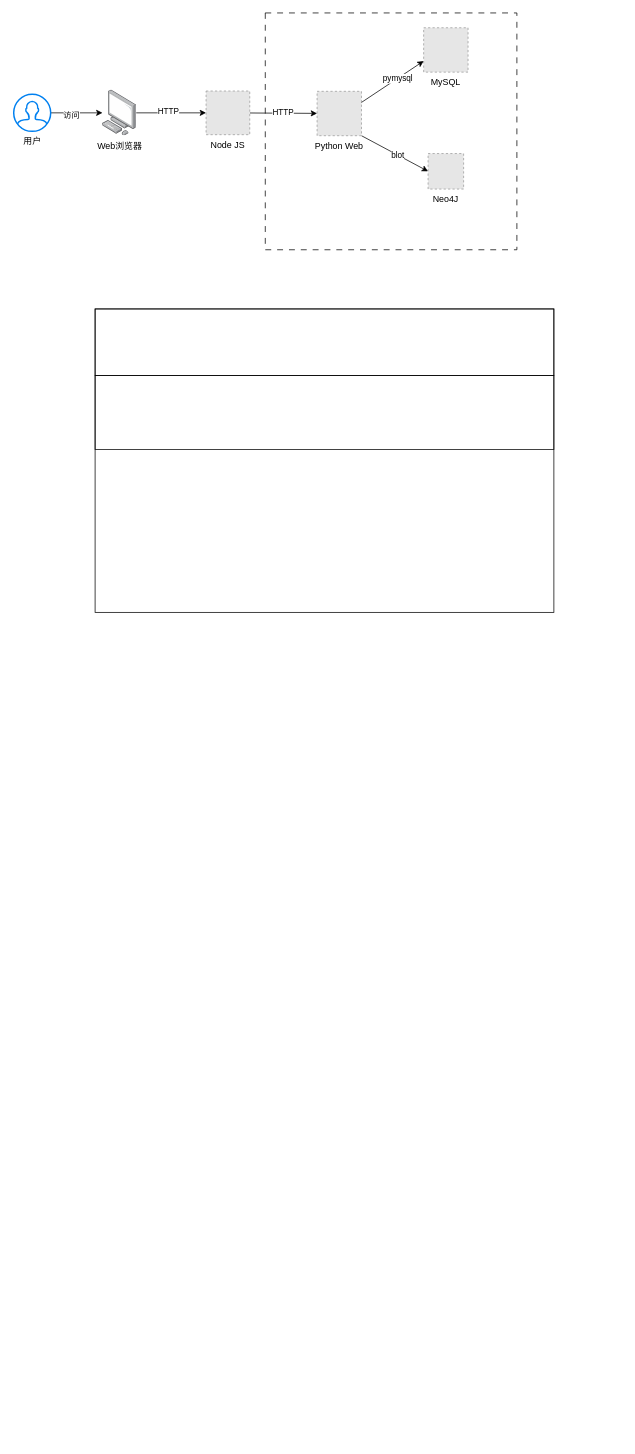
Earlier version of the draw.io diagram 拓扑图架构图.drawio (redcomet88/DRAW). Source tidied: cells renumbered, new cells numbered last; positions are measured from the earlier drawing's top-left corner, leaving out a move shared by most shapes. Both pictures are drawn from the tidied source at 74%, with x=0, y=0 at pixel (13, 13). Pictures stored in the file or linked from it are replaced by grey dashed boxes.
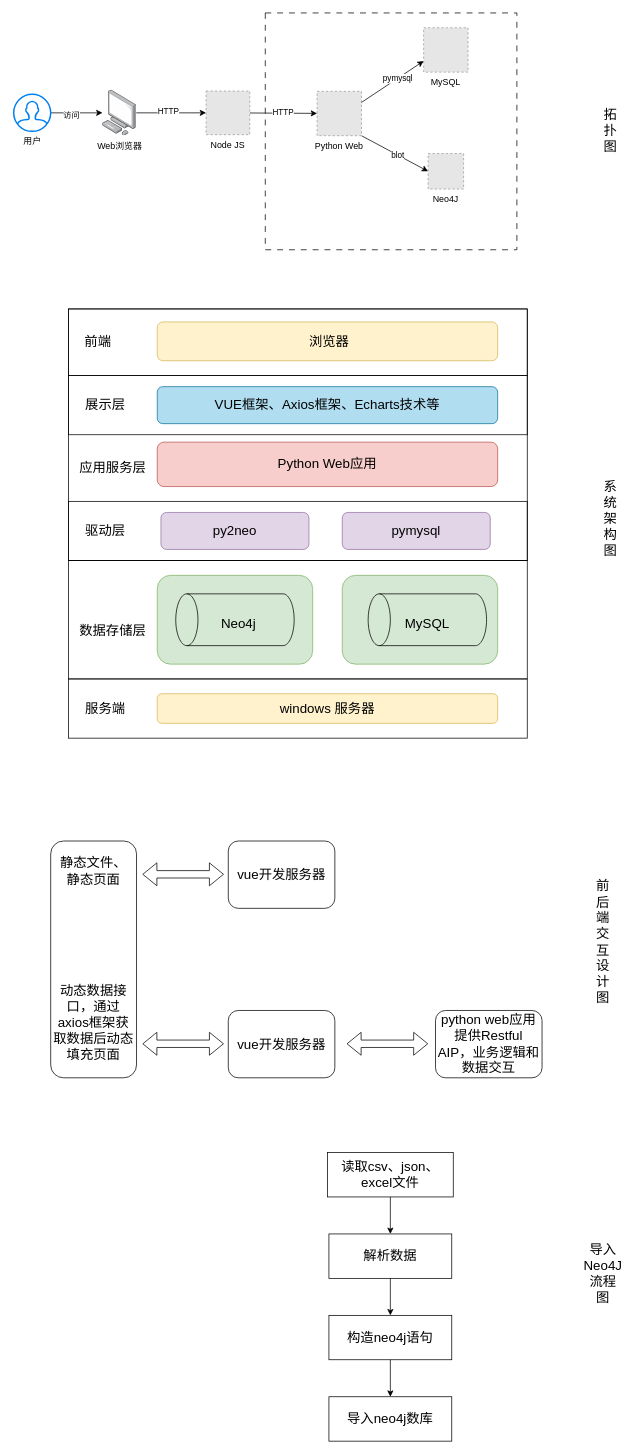
The same page after the edit.

Commit message:
更新拓扑图架构图.drawio

What changed in the source:
```diff
@@
     <mxCell id="2" style="rounded=0;whiteSpace=wrap;html=1;fillColor=none;" parent="1" vertex="1">
-      <mxGeometry x="110" y="400" width="620" height="410" as="geometry" />
+      <mxGeometry x="74" y="400" width="620" height="340" as="geometry" />
     </mxCell>
@@
     <mxCell id="20" style="rounded=0;whiteSpace=wrap;html=1;fillColor=none;" parent="1" vertex="1">
-      <mxGeometry x="110" y="400" width="620" height="90" as="geometry" />
+      <mxGeometry x="74" y="400" width="620" height="90" as="geometry" />
     </mxCell>
     <mxCell id="21" style="rounded=0;whiteSpace=wrap;html=1;fillColor=none;" parent="1" vertex="1">
-      <mxGeometry x="110" y="490" width="620" height="100" as="geometry" />
+      <mxGeometry x="74" y="490" width="620" height="80" as="geometry" />
     </mxCell>
+    <mxCell id="22" value="前端" style="text;html=1;strokeColor=none;fillColor=none;align=center;verticalAlign=middle;whiteSpace=wrap;rounded=0;fontSize=18;" parent="1" vertex="1">
+      <mxGeometry x="84" y="430" width="60" height="30" as="geometry" />
+    </mxCell>
+    <mxCell id="23" style="rounded=0;whiteSpace=wrap;html=1;fillColor=none;" parent="1" vertex="1">
+      <mxGeometry x="74" y="900" width="620" height="80" as="geometry" />
+    </mxCell>
+    <mxCell id="24" style="rounded=0;whiteSpace=wrap;html=1;fillColor=none;" parent="1" vertex="1">
+      <mxGeometry x="74" y="740" width="620" height="160" as="geometry" />
+    </mxCell>
+    <mxCell id="25" value="展示层" style="text;html=1;strokeColor=none;fillColor=none;align=center;verticalAlign=middle;whiteSpace=wrap;rounded=0;fontSize=18;" parent="1" vertex="1">
+      <mxGeometry x="94" y="515" width="60" height="30" as="geometry" />
+    </mxCell>
+    <mxCell id="26" value="应用服务层" style="text;html=1;strokeColor=none;fillColor=none;align=center;verticalAlign=middle;whiteSpace=wrap;rounded=0;fontSize=18;" parent="1" vertex="1">
+      <mxGeometry x="84" y="600" width="100" height="30" as="geometry" />
+    </mxCell>
+    <mxCell id="27" value="数据存储层" style="text;html=1;strokeColor=none;fillColor=none;align=center;verticalAlign=middle;whiteSpace=wrap;rounded=0;fontSize=18;" parent="1" vertex="1">
+      <mxGeometry x="84" y="820" width="100" height="30" as="geometry" />
+    </mxCell>
+    <mxCell id="28" value="服务端" style="text;html=1;strokeColor=none;fillColor=none;align=center;verticalAlign=middle;whiteSpace=wrap;rounded=0;fontSize=18;" parent="1" vertex="1">
+      <mxGeometry x="94" y="925" width="60" height="30" as="geometry" />
+    </mxCell>
+    <mxCell id="29" value="windows 服务器" style="rounded=1;whiteSpace=wrap;html=1;fontSize=18;fillColor=#fff2cc;strokeColor=#d6b656;" parent="1" vertex="1">
+      <mxGeometry x="194" y="920" width="460" height="40" as="geometry" />
+    </mxCell>
+    <mxCell id="30" style="rounded=1;whiteSpace=wrap;html=1;fontSize=18;fillColor=#d5e8d4;strokeColor=#82b366;" parent="1" vertex="1">
+      <mxGeometry x="194" y="760" width="210" height="120" as="geometry" />
+    </mxCell>
+    <mxCell id="31" style="rounded=1;whiteSpace=wrap;html=1;fontSize=18;fillColor=#d5e8d4;strokeColor=#82b366;" parent="1" vertex="1">
+      <mxGeometry x="444" y="760" width="210" height="120" as="geometry" />
+    </mxCell>
+    <mxCell id="32" value="Python Web应用" style="rounded=1;whiteSpace=wrap;html=1;fontSize=18;fillColor=#f8cecc;strokeColor=#b85450;" parent="1" vertex="1">
+      <mxGeometry x="194" y="580" width="460" height="60" as="geometry" />
+    </mxCell>
+    <mxCell id="33" value="VUE框架、Axios框架、Echarts技术等" style="rounded=1;whiteSpace=wrap;html=1;fontSize=18;fillColor=#b1ddf0;strokeColor=#10739e;" parent="1" vertex="1">
+      <mxGeometry x="194" y="505" width="460" height="50" as="geometry" />
+    </mxCell>
+    <mxCell id="34" value="&amp;nbsp;浏览器" style="rounded=1;whiteSpace=wrap;html=1;fontSize=18;fillColor=#fff2cc;strokeColor=#d6b656;" parent="1" vertex="1">
+      <mxGeometry x="194" y="417.5" width="460" height="52.5" as="geometry" />
+    </mxCell>
+    <mxCell id="35" style="rounded=0;whiteSpace=wrap;html=1;fontSize=18;fillColor=none;" parent="1" vertex="1">
+      <mxGeometry x="74" y="660" width="620" height="80" as="geometry" />
+    </mxCell>
+    <mxCell id="36" value="驱动层" style="text;html=1;strokeColor=none;fillColor=none;align=center;verticalAlign=middle;whiteSpace=wrap;rounded=0;fontSize=18;" parent="1" vertex="1">
+      <mxGeometry x="74" y="685" width="100" height="30" as="geometry" />
+    </mxCell>
+    <mxCell id="37" value="py2neo" style="rounded=1;whiteSpace=wrap;html=1;fontSize=18;fillColor=#e1d5e7;strokeColor=#9673a6;" parent="1" vertex="1">
+      <mxGeometry x="199" y="675" width="200" height="50" as="geometry" />
+    </mxCell>
+    <mxCell id="38" value="pymysql" style="rounded=1;whiteSpace=wrap;html=1;fontSize=18;fillColor=#e1d5e7;strokeColor=#9673a6;" parent="1" vertex="1">
+      <mxGeometry x="444" y="675" width="200" height="50" as="geometry" />
+    </mxCell>
+    <mxCell id="39" style="shape=cylinder3;whiteSpace=wrap;html=1;boundedLbl=1;backgroundOutline=1;size=15;fontSize=18;fillColor=none;rotation=-90;" parent="1" vertex="1">
+      <mxGeometry x="264" y="740" width="70" height="160" as="geometry" />
+    </mxCell>
+    <mxCell id="40" value="Neo4j" style="text;html=1;strokeColor=none;fillColor=none;align=center;verticalAlign=middle;whiteSpace=wrap;rounded=0;fontSize=18;" parent="1" vertex="1">
+      <mxGeometry x="254" y="810" width="100" height="30" as="geometry" />
+    </mxCell>
+    <mxCell id="41" style="shape=cylinder3;whiteSpace=wrap;html=1;boundedLbl=1;backgroundOutline=1;size=15;fontSize=18;fillColor=none;rotation=-90;" parent="1" vertex="1">
+      <mxGeometry x="524" y="740" width="70" height="160" as="geometry" />
+    </mxCell>
+    <mxCell id="42" value="MySQL" style="text;html=1;strokeColor=none;fillColor=none;align=center;verticalAlign=middle;whiteSpace=wrap;rounded=0;fontSize=18;" parent="1" vertex="1">
+      <mxGeometry x="509" y="810" width="100" height="30" as="geometry" />
+    </mxCell>
+    <mxCell id="43" value="拓扑图" style="text;html=1;strokeColor=none;fillColor=none;align=center;verticalAlign=middle;whiteSpace=wrap;rounded=0;fontSize=18;horizontal=1;" parent="1" vertex="1">
+      <mxGeometry x="790" y="4" width="33" height="312" as="geometry" />
+    </mxCell>
+    <mxCell id="44" value="系统架构图" style="text;html=1;strokeColor=none;fillColor=none;align=center;verticalAlign=middle;whiteSpace=wrap;rounded=0;fontSize=18;horizontal=1;" parent="1" vertex="1">
+      <mxGeometry x="790" y="528" width="33" height="312" as="geometry" />
+    </mxCell>
+    <mxCell id="45" value="前后端交互设计图" style="text;html=1;strokeColor=none;fillColor=none;align=center;verticalAlign=middle;whiteSpace=wrap;rounded=0;fontSize=18;horizontal=1;" parent="1" vertex="1">
+      <mxGeometry x="780" y="1100" width="33" height="312" as="geometry" />
+    </mxCell>
+    <mxCell id="46" value="静态文件、&lt;br&gt;静态页面&lt;br&gt;&lt;br&gt;&lt;br&gt;&lt;br&gt;&lt;br&gt;&lt;br&gt;&lt;br&gt;动态数据接口，通过axios框架获取数据后动态填充页面&lt;br&gt;" style="rounded=1;whiteSpace=wrap;html=1;fontSize=18;fillColor=none;" parent="1" vertex="1">
+      <mxGeometry x="50" y="1119" width="116" height="320" as="geometry" />
+    </mxCell>
+    <mxCell id="47" value="vue开发服务器" style="rounded=1;whiteSpace=wrap;html=1;fontSize=18;fillColor=none;" parent="1" vertex="1">
+      <mxGeometry x="290" y="1119" width="144" height="91" as="geometry" />
+    </mxCell>
+    <mxCell id="48" value="vue开发服务器" style="rounded=1;whiteSpace=wrap;html=1;fontSize=18;fillColor=none;" parent="1" vertex="1">
+      <mxGeometry x="290" y="1348" width="144" height="91" as="geometry" />
+    </mxCell>
+    <mxCell id="49" value="python web应用&lt;br&gt;提供Restful AIP，业务逻辑和数据交互" style="rounded=1;whiteSpace=wrap;html=1;fontSize=18;fillColor=none;" parent="1" vertex="1">
+      <mxGeometry x="570" y="1348" width="144" height="91" as="geometry" />
+    </mxCell>
+    <mxCell id="50" style="shape=flexArrow;endArrow=classic;startArrow=classic;html=1;rounded=0;fontSize=18;" parent="1" edge="1">
+      <mxGeometry relative="1" as="geometry">
+        <mxPoint x="174" y="1164" as="sourcePoint" />
+        <mxPoint x="284" y="1164" as="targetPoint" />
+      </mxGeometry>
+    </mxCell>
+    <mxCell id="51" style="shape=flexArrow;endArrow=classic;startArrow=classic;html=1;rounded=0;fontSize=18;" parent="1" edge="1">
+      <mxGeometry relative="1" as="geometry">
+        <mxPoint x="174" y="1393" as="sourcePoint" />
+        <mxPoint x="284" y="1393" as="targetPoint" />
+      </mxGeometry>
+    </mxCell>
+    <mxCell id="52" style="shape=flexArrow;endArrow=classic;startArrow=classic;html=1;rounded=0;fontSize=18;" parent="1" edge="1">
+      <mxGeometry relative="1" as="geometry">
+        <mxPoint x="450" y="1393" as="sourcePoint" />
+        <mxPoint x="560" y="1393" as="targetPoint" />
+      </mxGeometry>
+    </mxCell>
+    <mxCell id="53" style="edgeStyle=none;rounded=0;jettySize=auto;html=1;strokeColor=default;fontSize=18;" parent="1" edge="1" source="54" target="57">
+      <mxGeometry relative="1" as="geometry" />
+    </mxCell>
+    <mxCell id="54" value="读取csv、json、excel文件" style="rounded=0;whiteSpace=wrap;html=1;fontSize=18;fillColor=none;" parent="1" vertex="1">
+      <mxGeometry x="424" y="1540" width="170" height="60" as="geometry" />
+    </mxCell>
+    <mxCell id="55" value="导入Neo4J 流程图" style="text;html=1;strokeColor=none;fillColor=none;align=center;verticalAlign=middle;whiteSpace=wrap;rounded=0;fontSize=18;horizontal=1;" parent="1" vertex="1">
+      <mxGeometry x="780" y="1548" width="33" height="312" as="geometry" />
+    </mxCell>
+    <mxCell id="56" style="edgeStyle=none;rounded=0;jettySize=auto;html=1;strokeColor=default;fontSize=18;" parent="1" edge="1" source="57" target="59">
+      <mxGeometry relative="1" as="geometry" />
+    </mxCell>
+    <mxCell id="57" value="解析数据" style="rounded=0;whiteSpace=wrap;html=1;fontSize=18;fillColor=none;" parent="1" vertex="1">
+      <mxGeometry x="426" y="1650" width="166" height="60" as="geometry" />
+    </mxCell>
+    <mxCell id="58" style="edgeStyle=none;rounded=0;jettySize=auto;html=1;strokeColor=default;fontSize=18;" parent="1" edge="1" source="59" target="60">
+      <mxGeometry relative="1" as="geometry" />
+    </mxCell>
+    <mxCell id="59" value="构造neo4j语句" style="rounded=0;whiteSpace=wrap;html=1;fontSize=18;fillColor=none;" parent="1" vertex="1">
+      <mxGeometry x="426" y="1760" width="166" height="60" as="geometry" />
+    </mxCell>
+    <mxCell id="60" value="导入neo4j数库" style="rounded=0;whiteSpace=wrap;html=1;fontSize=18;fillColor=none;" parent="1" vertex="1">
+      <mxGeometry x="426" y="1870" width="166" height="60" as="geometry" />
+    </mxCell>
```
